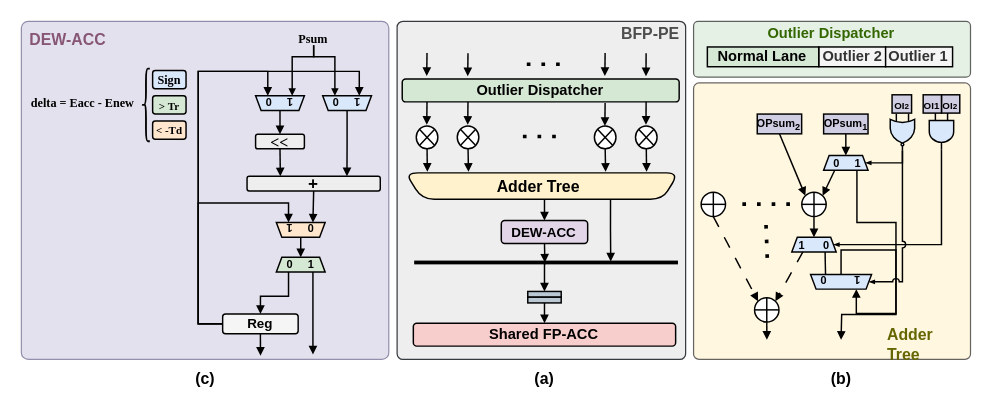
Above: research1/architecture/top2_dewa_fpacc_architecture.drawio in akira2963753/research-space (draw.io), before the change. Source tidied: cells renumbered, new cells numbered last; positions are measured from the earlier drawing's top-left corner, leaving out a move shared by most shapes. Both pictures are drawn from the tidied source at 122%, with x=0, y=0 at pixel (21, 21).
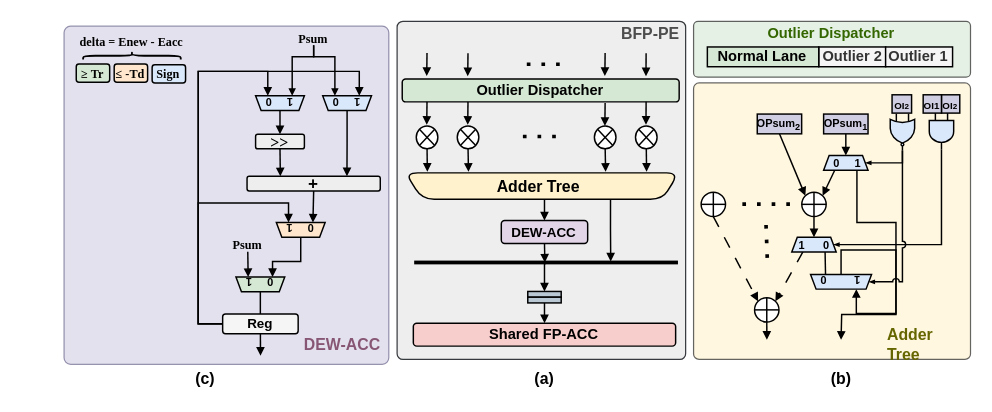
The same page after the edit.

The change refers to these unchanged cells:
```xml
<mxCell id="83" value="&lt;font style=&quot;font-size: 9px;&quot;&gt;&lt;b style=&quot;&quot;&gt;&amp;nbsp;1&amp;nbsp; &amp;nbsp; &amp;nbsp;0&amp;nbsp;&lt;/b&gt;&lt;/font&gt;" style="shape=trapezoid;perimeter=trapezoidPerimeter;whiteSpace=wrap;html=1;fixedSize=1;size=4.5172624259159875;rotation=-180;fillColor=#dae8fc;strokeColor=default;strokeWidth=1.2;fontFamily= EB Garamond ;align=center;" parent="1" vertex="1">
  <mxGeometry x="247" y="61" width="40" height="12" as="geometry" />
</mxCell>
<mxCell id="94" value="&lt;font style=&quot;font-size: 9px;&quot;&gt;&lt;b style=&quot;&quot;&gt;&amp;nbsp;0&amp;nbsp; &amp;nbsp; &amp;nbsp;1&amp;nbsp;&lt;/b&gt;&lt;/font&gt;" style="shape=trapezoid;perimeter=trapezoidPerimeter;whiteSpace=wrap;html=1;fixedSize=1;size=4.5172624259159875;rotation=-180;fillColor=#ffe6cc;strokeColor=default;strokeWidth=1.2;fontFamily= EB Garamond ;align=center;" parent="1" vertex="1">
  <mxGeometry x="209" y="164.9" width="40" height="12" as="geometry" />
</mxCell>
```

What changed in the source:
```diff
@@
     <mxCell id="2" style="rounded=1;whiteSpace=wrap;html=1;shadow=0;strokeWidth=1;fontFamily= EB Garamond ;fontStyle=1;glass=0;strokeColor=#56517e;fillColor=#d0cee2;arcSize=2;opacity=60;" parent="1" vertex="1">
-      <mxGeometry width="301.2" height="277.1" as="geometry" />
+      <mxGeometry x="35" y="4" width="266.2" height="277.1" as="geometry" />
     </mxCell>
@@
-    <mxCell id="73" style="edgeStyle=orthogonalEdgeStyle;rounded=0;jettySize=auto;html=1;exitX=0;exitY=0.5;exitDx=0;exitDy=0;entryX=0.25;entryY=1;entryDx=0;entryDy=0;strokeWidth=1.2;endSize=4;endArrow=block;endFill=1;" parent="1" edge="1" source="75" target="83">
+    <mxCell id="73" style="edgeStyle=orthogonalEdgeStyle;rounded=0;jettySize=auto;html=1;exitX=0;exitY=0.5;exitDx=0;exitDy=0;entryX=0.25;entryY=1;entryDx=0;entryDy=0;strokeWidth=1.2;endSize=4;endArrow=block;endFill=1;jumpStyle=none;" parent="1" edge="1" source="75" target="83">
       <mxGeometry relative="1" as="geometry" />
     </mxCell>
@@
-    <mxCell id="75" value="&lt;font color=&quot;#000000&quot; face=&quot;EB Garamond&quot; style=&quot;font-size: 11px;&quot;&gt;&lt;b&gt;Reg&lt;/b&gt;&lt;/font&gt;" style="rounded=1;whiteSpace=wrap;html=1;strokeWidth=1.2;fillColor=#f5f5f5;strokeColor=default;fontColor=#333333;" parent="1" vertex="1">
-      <mxGeometry x="165" y="239.8" width="61.9" height="16.2" as="geometry" />
-    </mxCell>
@@
-    <mxCell id="79" value="&lt;font style=&quot;font-size: 13px;&quot; face=&quot;Garamond&quot;&gt;&amp;lt;&amp;lt;&lt;/font&gt;" style="rounded=1;whiteSpace=wrap;html=1;fillColor=#eeeeee;strokeColor=default;strokeWidth=1.2;fontFamily= EB Garamond ;fontStyle=1;shadow=0;" parent="1" vertex="1">
+    <mxCell id="79" value="&lt;font style=&quot;font-size: 13px;&quot; face=&quot;Garamond&quot;&gt;&amp;gt;&amp;gt;&lt;/font&gt;" style="rounded=1;whiteSpace=wrap;html=1;fillColor=#eeeeee;strokeColor=default;strokeWidth=1.2;fontFamily= EB Garamond ;fontStyle=1;shadow=0;" parent="1" vertex="1">
       <mxGeometry x="192" y="92.5" width="40" height="12" as="geometry" />
     </mxCell>
@@
-    <mxCell id="87" value="&lt;font face=&quot;Garamond&quot; style=&quot;font-size: 10px;&quot;&gt;&lt;b style=&quot;&quot;&gt;delta = Eacc - Enew&lt;/b&gt;&lt;/font&gt;" style="text;html=1;whiteSpace=wrap;strokeColor=none;fillColor=none;align=center;verticalAlign=middle;rounded=0;" parent="1" vertex="1">
-      <mxGeometry x="5" y="57.6" width="91.3" height="18.8" as="geometry" />
+    <mxCell id="87" value="&lt;font face=&quot;Garamond&quot; style=&quot;font-size: 10px;&quot;&gt;&lt;b style=&quot;&quot;&gt;delta = Enew - Eacc&lt;/b&gt;&lt;/font&gt;" style="text;html=1;whiteSpace=wrap;strokeColor=none;fillColor=none;align=center;verticalAlign=middle;rounded=0;rotation=0;" parent="1" vertex="1">
+      <mxGeometry x="45" y="7.5" width="91.3" height="18.8" as="geometry" />
     </mxCell>
-    <mxCell id="88" value="&lt;font style=&quot;font-size: 9px;&quot; face=&quot;Garamond&quot;&gt;&amp;lt; -Td&lt;/font&gt;" style="rounded=1;whiteSpace=wrap;html=1;fillColor=#ffe6cc;strokeColor=default;strokeWidth=1.2;fontFamily= EB Garamond ;fontStyle=1;shadow=0;" parent="1" vertex="1">
-      <mxGeometry x="107.6" y="81.7" width="27.4" height="15" as="geometry" />
+    <mxCell id="88" value="&lt;font size=&quot;1&quot; style=&quot;&quot;&gt;&lt;font face=&quot;Times New Roman&quot;&gt;≤&amp;nbsp;&lt;/font&gt;&lt;font face=&quot;Garamond&quot;&gt;-Td&lt;/font&gt;&lt;/font&gt;" style="rounded=1;whiteSpace=wrap;html=1;fillColor=#ffe6cc;strokeColor=default;strokeWidth=1.2;fontFamily= EB Garamond ;fontStyle=1;shadow=0;" parent="1" vertex="1">
+      <mxGeometry x="76.1" y="35" width="27.4" height="15" as="geometry" />
     </mxCell>
-    <mxCell id="89" value="&lt;font style=&quot;font-size: 9px;&quot; face=&quot;Garamond&quot;&gt;&amp;gt; Tr&lt;/font&gt;" style="rounded=1;whiteSpace=wrap;html=1;fillColor=#d5e8d4;strokeColor=default;strokeWidth=1.2;fontFamily= EB Garamond ;fontStyle=1;shadow=0;" parent="1" vertex="1">
-      <mxGeometry x="107.6" y="61" width="27.4" height="15" as="geometry" />
+    <mxCell id="89" value="&lt;font size=&quot;1&quot; style=&quot;&quot; face=&quot;Times New Roman&quot;&gt;≥&amp;nbsp;Tr&lt;/font&gt;" style="rounded=1;whiteSpace=wrap;html=1;fillColor=#d5e8d4;strokeColor=default;strokeWidth=1.2;fontFamily= EB Garamond ;fontStyle=1;shadow=0;" parent="1" vertex="1">
+      <mxGeometry x="45" y="35" width="27.4" height="15" as="geometry" />
     </mxCell>
-    <mxCell id="90" style="edgeStyle=orthogonalEdgeStyle;rounded=0;jettySize=auto;html=1;exitX=0.25;exitY=1;exitDx=0;exitDy=0;entryX=0.5;entryY=0;entryDx=0;entryDy=0;endSize=4;endArrow=block;endFill=1;strokeWidth=1.2;" parent="1" edge="1" source="92" target="75">
+    <mxCell id="90" style="edgeStyle=orthogonalEdgeStyle;rounded=0;jettySize=auto;html=1;entryX=0.5;entryY=0;entryDx=0;entryDy=0;endSize=4;endArrow=block;endFill=1;strokeWidth=1.2;" parent="1" edge="1" source="92" target="75">
       <mxGeometry relative="1" as="geometry" />
     </mxCell>
-    <mxCell id="91" style="edgeStyle=orthogonalEdgeStyle;rounded=0;jettySize=auto;html=1;exitX=0.75;exitY=1;exitDx=0;exitDy=0;endSize=4;endArrow=block;endFill=1;strokeWidth=1.2;" parent="1" edge="1" source="92">
-      <mxGeometry relative="1" as="geometry">
-        <mxPoint x="239" y="273" as="targetPoint" />
-      </mxGeometry>
-    </mxCell>
-    <mxCell id="92" value="&lt;font style=&quot;font-size: 9px;&quot;&gt;&lt;b style=&quot;&quot;&gt;&amp;nbsp;0&amp;nbsp; &amp;nbsp; &amp;nbsp;1&amp;nbsp;&lt;/b&gt;&lt;/font&gt;" style="shape=trapezoid;perimeter=trapezoidPerimeter;whiteSpace=wrap;html=1;fixedSize=1;size=4.5172624259159875;rotation=0;fillColor=#d5e8d4;strokeColor=default;strokeWidth=1.2;fontFamily= EB Garamond ;align=center;" parent="1" vertex="1">
-      <mxGeometry x="209" y="193.4" width="40" height="12" as="geometry" />
+    <mxCell id="92" value="&lt;font style=&quot;font-size: 9px;&quot;&gt;&lt;b style=&quot;&quot;&gt;&amp;nbsp;0&amp;nbsp; &amp;nbsp; &amp;nbsp;1&amp;nbsp;&lt;/b&gt;&lt;/font&gt;" style="shape=trapezoid;perimeter=trapezoidPerimeter;whiteSpace=wrap;html=1;fixedSize=1;size=4.5172624259159875;rotation=-180;fillColor=#d5e8d4;strokeColor=default;strokeWidth=1.2;fontFamily= EB Garamond ;align=center;" parent="1" vertex="1">
+      <mxGeometry x="175.9" y="209.6" width="40" height="12" as="geometry" />
     </mxCell>
-    <mxCell id="93" style="edgeStyle=orthogonalEdgeStyle;rounded=0;jettySize=auto;html=1;exitX=0.5;exitY=0;exitDx=0;exitDy=0;entryX=0.5;entryY=0;entryDx=0;entryDy=0;endSize=4;endArrow=block;endFill=1;strokeWidth=1.2;" parent="1" edge="1" source="94" target="92">
+    <mxCell id="93" style="edgeStyle=orthogonalEdgeStyle;rounded=0;jettySize=auto;html=1;exitX=0.5;exitY=0;exitDx=0;exitDy=0;entryX=0.25;entryY=1;entryDx=0;entryDy=0;endSize=4;endArrow=block;endFill=1;strokeWidth=1.2;" parent="1" edge="1" source="94" target="92">
       <mxGeometry relative="1" as="geometry" />
     </mxCell>
@@
-    <mxCell id="95" value="&lt;font face=&quot;Garamond&quot; size=&quot;1&quot;&gt;Sign&lt;/font&gt;" style="rounded=1;whiteSpace=wrap;html=1;fillColor=#dae8fc;strokeColor=default;strokeWidth=1.2;fontFamily= EB Garamond ;fontStyle=1;shadow=0;" parent="1" vertex="1">
-      <mxGeometry x="107.6" y="40.3" width="27.4" height="15" as="geometry" />
+    <mxCell id="95" value="&lt;font size=&quot;1&quot; face=&quot;Times New Roman&quot;&gt;Sign&lt;/font&gt;" style="rounded=1;whiteSpace=wrap;html=1;fillColor=#dae8fc;strokeColor=default;strokeWidth=1.2;fontFamily= EB Garamond ;fontStyle=1;shadow=0;" parent="1" vertex="1">
+      <mxGeometry x="107.2" y="35.5" width="27.4" height="15" as="geometry" />
     </mxCell>
-    <mxCell id="96" style="shape=curlyBracket;whiteSpace=wrap;html=1;rounded=1;labelPosition=left;verticalLabelPosition=middle;align=right;verticalAlign=middle;strokeWidth=1.5;" parent="1" vertex="1">
-      <mxGeometry x="99" y="38.7" width="6.3" height="59.6" as="geometry" />
+    <mxCell id="96" style="shape=curlyBracket;whiteSpace=wrap;html=1;rounded=1;labelPosition=left;verticalLabelPosition=middle;align=right;verticalAlign=middle;strokeWidth=1.5;rotation=90;" parent="1" vertex="1">
+      <mxGeometry x="87.5" y="-11.8" width="6.3" height="80" as="geometry" />
     </mxCell>
     <mxCell id="97" value="&lt;div style=&quot;&quot;&gt;&lt;font&gt;&lt;span style=&quot;font-size: 13px; color: rgb(135, 86, 117);&quot;&gt;DEW-ACC&lt;/span&gt;&lt;/font&gt;&lt;/div&gt;" style="text;html=1;whiteSpace=wrap;align=left;verticalAlign=middle;rounded=0;fontFamily= EB Garamond ;fontStyle=1;strokeWidth=1.2;" parent="1" vertex="1">
-      <mxGeometry x="5" y="9" width="70.8" height="12" as="geometry" />
+      <mxGeometry x="230.4" y="259.4" width="70.8" height="12" as="geometry" />
     </mxCell>
@@
+    <mxCell id="75" value="&lt;font color=&quot;#000000&quot; face=&quot;EB Garamond&quot; style=&quot;font-size: 11px;&quot;&gt;&lt;b&gt;Reg&lt;/b&gt;&lt;/font&gt;" style="rounded=1;whiteSpace=wrap;html=1;strokeWidth=1.2;fillColor=#f5f5f5;strokeColor=default;fontColor=#333333;" parent="1" vertex="1">
+      <mxGeometry x="165" y="239.8" width="61.9" height="16.2" as="geometry" />
+    </mxCell>
+    <mxCell id="101" style="edgeStyle=orthogonalEdgeStyle;rounded=0;jettySize=auto;html=1;exitX=0.5;exitY=1;exitDx=0;exitDy=0;entryX=0.75;entryY=1;entryDx=0;entryDy=0;endSize=4;endArrow=block;endFill=1;strokeWidth=1.2;" parent="1" edge="1" source="102" target="92">
+      <mxGeometry relative="1" as="geometry" />
+    </mxCell>
+    <mxCell id="102" value="&lt;font face=&quot;Garamond&quot;&gt;&lt;span style=&quot;font-size: 10px;&quot;&gt;&lt;b&gt;Psum&lt;/b&gt;&lt;/span&gt;&lt;/font&gt;" style="text;html=1;whiteSpace=wrap;strokeColor=none;fillColor=none;align=center;verticalAlign=middle;rounded=0;" parent="1" vertex="1">
+      <mxGeometry x="171.9" y="176.9" width="27.4" height="12" as="geometry" />
+    </mxCell>
```
